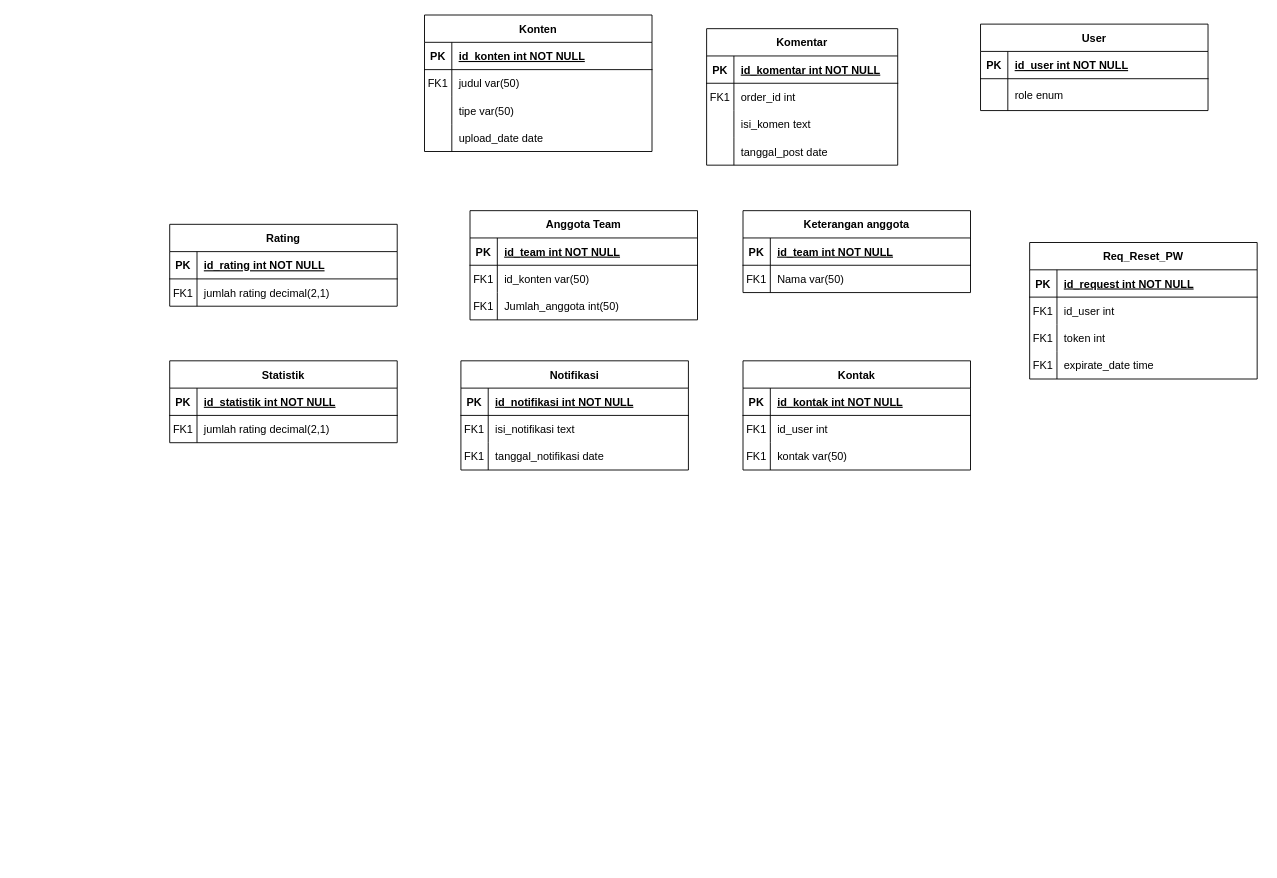
This is Untitled Diagram.drawio from Iknip26/PAD_portofolio_TA, a draw.io file, before an edit. Source tidied: cells renumbered, new cells numbered last; positions are measured from the earlier drawing's top-left corner, leaving out a move shared by most shapes. Both pictures are drawn from the tidied source at 91%, with x=0, y=0 at pixel (169, 15).
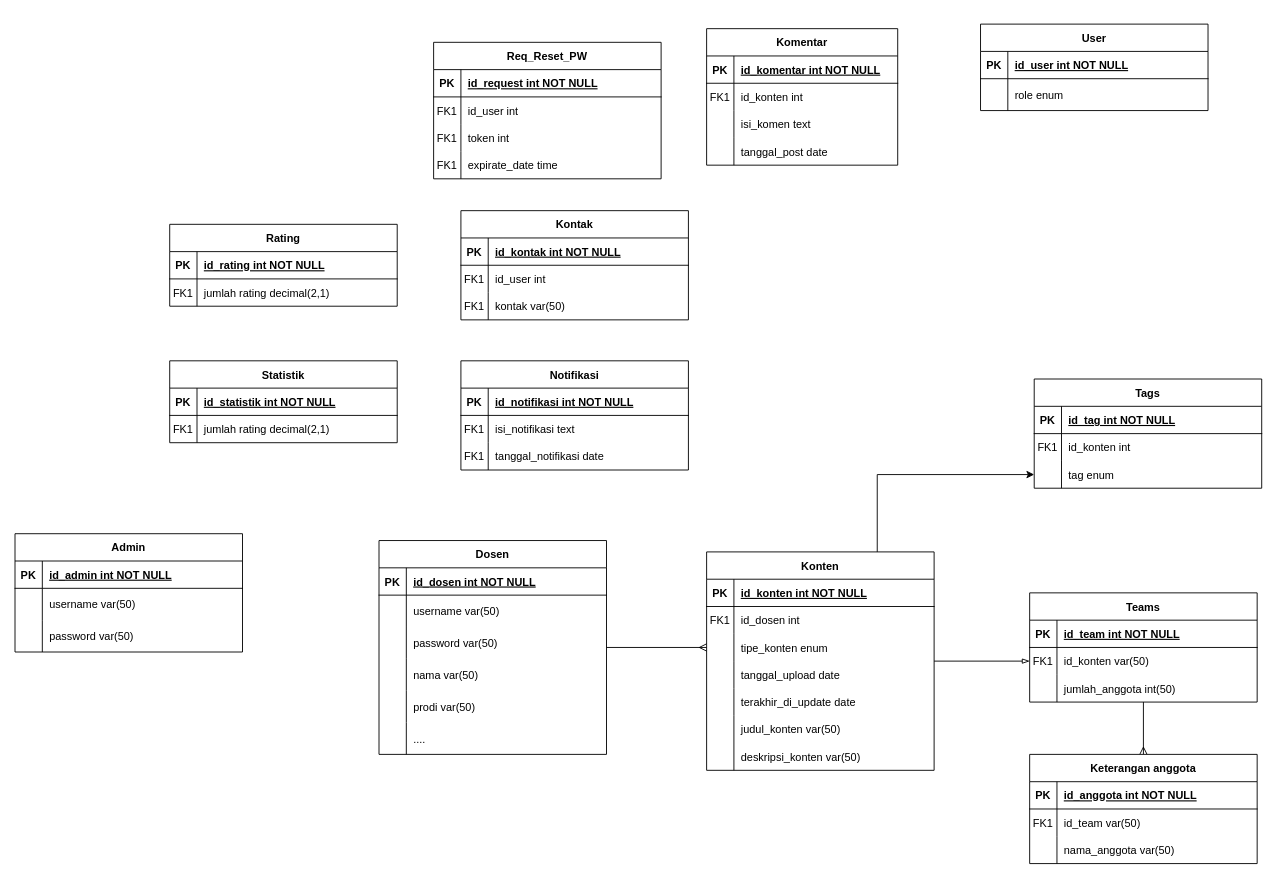
After the change.

The change refers to these unchanged cells:
```xml
<mxCell id="6" style="shape=partialRectangle;fillColor=none;top=0;left=0;right=0;bottom=0;" parent="2" vertex="1">
  <mxGeometry y="60" width="250" height="30" as="geometry" />
</mxCell>
<mxCell id="9" style="shape=partialRectangle;fillColor=none;points=[[0,0.5],[1,0.5]];portConstraint=eastwest;top=0;left=0;right=0;bottom=0;" parent="2" vertex="1">
  <mxGeometry y="90" width="250" height="30" as="geometry" />
</mxCell>
<mxCell id="12" style="shape=partialRectangle;fillColor=none;top=0;left=0;right=0;bottom=0;" parent="2" vertex="1">
  <mxGeometry y="120" width="250" height="30" as="geometry" />
</mxCell>
<mxCell id="19" style="shape=partialRectangle;fillColor=none;top=0;left=0;right=0;bottom=0;" parent="15" vertex="1">
  <mxGeometry y="60" width="210" height="30" as="geometry" />
</mxCell>
<mxCell id="46" style="shape=partialRectangle;fillColor=none;points=[[0,0.5],[1,0.5]];portConstraint=eastwest;top=0;left=0;right=0;bottom=0;" parent="42" vertex="1">
  <mxGeometry y="60" width="250" height="30" as="geometry" />
</mxCell>
<mxCell id="49" style="shape=partialRectangle;fillColor=none;top=0;left=0;right=0;bottom=0;" parent="42" vertex="1">
  <mxGeometry y="90" width="250" height="30" as="geometry" />
</mxCell>
<mxCell id="53" style="shape=partialRectangle;fillColor=none;top=0;left=0;right=0;bottom=1;" parent="52" vertex="1">
  <mxGeometry y="30" width="250" height="30" as="geometry" />
</mxCell>
<mxCell id="56" style="shape=partialRectangle;fillColor=none;top=0;left=0;right=0;bottom=0;" parent="52" vertex="1">
  <mxGeometry y="60" width="250" height="30" as="geometry" />
</mxCell>
```

Diff of the diagram source:
```diff
@@
+    <mxCell id="99" style="edgeStyle=orthogonalEdgeStyle;rounded=0;jettySize=auto;html=1;entryX=0;entryY=0.5;entryDx=0;entryDy=0;endArrow=blockThin;endFill=0;" parent="1" edge="1" source="2" target="46">
+      <mxGeometry relative="1" as="geometry" />
+    </mxCell>
+    <mxCell id="100" style="edgeStyle=orthogonalEdgeStyle;rounded=0;jettySize=auto;html=1;exitX=0.75;exitY=0;exitDx=0;exitDy=0;entryX=0;entryY=0.5;entryDx=0;entryDy=0;" parent="1" edge="1" source="2" target="151">
+      <mxGeometry relative="1" as="geometry" />
+    </mxCell>
     <mxCell id="2" value="Konten" style="shape=table;startSize=30;childLayout=tableLayout;rowLines=0;fontStyle=1;align=center;" parent="1" vertex="1">
-      <mxGeometry x="280" width="250" height="150" as="geometry" />
+      <mxGeometry x="590" y="590" width="250" height="240" as="geometry" />
     </mxCell>
@@
-    <mxCell id="8" value="judul var(50)" style="shape=partialRectangle;overflow=hidden;fillColor=none;top=0;left=0;bottom=0;right=0;align=left;spacingLeft=6;" parent="6" vertex="1">
+    <mxCell id="8" value="id_dosen int " style="shape=partialRectangle;overflow=hidden;fillColor=none;top=0;left=0;bottom=0;right=0;align=left;spacingLeft=6;" parent="6" vertex="1">
       <mxGeometry x="30" width="220" height="30" as="geometry" />
     </mxCell>
@@
-    <mxCell id="11" value="tipe var(50)" style="shape=partialRectangle;overflow=hidden;fillColor=none;top=0;left=0;bottom=0;right=0;align=left;spacingLeft=6;" parent="9" vertex="1">
+    <mxCell id="11" value="tipe_konten enum" style="shape=partialRectangle;overflow=hidden;fillColor=none;top=0;left=0;bottom=0;right=0;align=left;spacingLeft=6;" parent="9" vertex="1">
       <mxGeometry x="30" width="220" height="30" as="geometry" />
     </mxCell>
@@
-    <mxCell id="14" value="upload_date date" style="shape=partialRectangle;overflow=hidden;fillColor=none;top=0;left=0;bottom=0;right=0;align=left;spacingLeft=6;" parent="12" vertex="1">
+    <mxCell id="14" value="tanggal_upload date" style="shape=partialRectangle;overflow=hidden;fillColor=none;top=0;left=0;bottom=0;right=0;align=left;spacingLeft=6;" parent="12" vertex="1">
       <mxGeometry x="30" width="220" height="30" as="geometry" />
     </mxCell>
+    <mxCell id="101" style="shape=partialRectangle;fillColor=none;top=0;left=0;right=0;bottom=0;" parent="2" vertex="1">
+      <mxGeometry y="150" width="250" height="30" as="geometry" />
+    </mxCell>
+    <mxCell id="102" style="shape=partialRectangle;overflow=hidden;fillColor=none;top=0;left=0;bottom=0;right=0;" parent="101" vertex="1">
+      <mxGeometry width="30" height="30" as="geometry" />
+    </mxCell>
+    <mxCell id="103" value="terakhir_di_update date" style="shape=partialRectangle;overflow=hidden;fillColor=none;top=0;left=0;bottom=0;right=0;align=left;spacingLeft=6;" parent="101" vertex="1">
+      <mxGeometry x="30" width="220" height="30" as="geometry" />
+    </mxCell>
+    <mxCell id="104" style="shape=partialRectangle;fillColor=none;top=0;left=0;right=0;bottom=0;" parent="2" vertex="1">
+      <mxGeometry y="180" width="250" height="30" as="geometry" />
+    </mxCell>
+    <mxCell id="105" style="shape=partialRectangle;overflow=hidden;fillColor=none;top=0;left=0;bottom=0;right=0;" parent="104" vertex="1">
+      <mxGeometry width="30" height="30" as="geometry" />
+    </mxCell>
+    <mxCell id="106" value="judul_konten var(50)" style="shape=partialRectangle;overflow=hidden;fillColor=none;top=0;left=0;bottom=0;right=0;align=left;spacingLeft=6;" parent="104" vertex="1">
+      <mxGeometry x="30" width="220" height="30" as="geometry" />
+    </mxCell>
+    <mxCell id="107" style="shape=partialRectangle;fillColor=none;top=0;left=0;right=0;bottom=0;" parent="2" vertex="1">
+      <mxGeometry y="210" width="250" height="30" as="geometry" />
+    </mxCell>
+    <mxCell id="108" style="shape=partialRectangle;overflow=hidden;fillColor=none;top=0;left=0;bottom=0;right=0;" parent="107" vertex="1">
+      <mxGeometry width="30" height="30" as="geometry" />
+    </mxCell>
+    <mxCell id="109" value="deskripsi_konten var(50)" style="shape=partialRectangle;overflow=hidden;fillColor=none;top=0;left=0;bottom=0;right=0;align=left;spacingLeft=6;" parent="107" vertex="1">
+      <mxGeometry x="30" width="220" height="30" as="geometry" />
+    </mxCell>
@@
-    <mxCell id="21" value="order_id int" style="shape=partialRectangle;overflow=hidden;fillColor=none;top=0;left=0;bottom=0;right=0;align=left;spacingLeft=6;" parent="19" vertex="1">
+    <mxCell id="21" value="id_konten int" style="shape=partialRectangle;overflow=hidden;fillColor=none;top=0;left=0;bottom=0;right=0;align=left;spacingLeft=6;" parent="19" vertex="1">
       <mxGeometry x="30" width="180" height="30" as="geometry" />
     </mxCell>
@@
+    <mxCell id="110" style="edgeStyle=orthogonalEdgeStyle;rounded=0;jettySize=auto;html=1;entryX=0.5;entryY=0;entryDx=0;entryDy=0;endArrow=ERmany;endFill=0;" parent="1" edge="1" source="42" target="52">
+      <mxGeometry relative="1" as="geometry" />
+    </mxCell>
-    <mxCell id="42" value="Anggota Team" style="shape=table;startSize=30;childLayout=tableLayout;rowLines=0;fontStyle=1;align=center;" parent="1" vertex="1">
-      <mxGeometry x="330" y="215" width="250" height="120" as="geometry" />
+    <mxCell id="42" value="Teams" style="shape=table;startSize=30;childLayout=tableLayout;rowLines=0;fontStyle=1;align=center;" parent="1" vertex="1">
+      <mxGeometry x="945" y="635" width="250" height="120" as="geometry" />
     </mxCell>
@@
-    <mxCell id="50" value="FK1" style="shape=partialRectangle;overflow=hidden;fillColor=none;top=0;left=0;bottom=0;right=0;" parent="49" vertex="1">
+    <mxCell id="50" style="shape=partialRectangle;overflow=hidden;fillColor=none;top=0;left=0;bottom=0;right=0;" parent="49" vertex="1">
       <mxGeometry width="30" height="30" as="geometry" />
     </mxCell>
-    <mxCell id="51" value="Jumlah_anggota int(50)" style="shape=partialRectangle;overflow=hidden;fillColor=none;top=0;left=0;bottom=0;right=0;align=left;spacingLeft=6;" parent="49" vertex="1">
+    <mxCell id="51" value="jumlah_anggota int(50)" style="shape=partialRectangle;overflow=hidden;fillColor=none;top=0;left=0;bottom=0;right=0;align=left;spacingLeft=6;" parent="49" vertex="1">
       <mxGeometry x="30" width="220" height="30" as="geometry" />
     </mxCell>
     <mxCell id="52" value="Keterangan anggota" style="shape=table;startSize=30;childLayout=tableLayout;rowLines=0;fontStyle=1;align=center;" parent="1" vertex="1">
-      <mxGeometry x="630" y="215" width="250" height="90" as="geometry" />
+      <mxGeometry x="945" y="812.5" width="250" height="120" as="geometry" />
     </mxCell>
@@
-    <mxCell id="55" value="id_team int NOT NULL" style="shape=partialRectangle;overflow=hidden;fillColor=none;top=0;left=0;bottom=0;right=0;align=left;spacingLeft=6;fontStyle=5;" parent="53" vertex="1">
+    <mxCell id="55" value="id_anggota int NOT NULL" style="shape=partialRectangle;overflow=hidden;fillColor=none;top=0;left=0;bottom=0;right=0;align=left;spacingLeft=6;fontStyle=5;" parent="53" vertex="1">
       <mxGeometry x="30" width="220" height="30" as="geometry" />
     </mxCell>
@@
-    <mxCell id="58" value="Nama var(50)" style="shape=partialRectangle;overflow=hidden;fillColor=none;top=0;left=0;bottom=0;right=0;align=left;spacingLeft=6;" parent="56" vertex="1">
+    <mxCell id="58" value="id_team var(50)" style="shape=partialRectangle;overflow=hidden;fillColor=none;top=0;left=0;bottom=0;right=0;align=left;spacingLeft=6;" parent="56" vertex="1">
       <mxGeometry x="30" width="220" height="30" as="geometry" />
     </mxCell>
+    <mxCell id="111" style="shape=partialRectangle;fillColor=none;top=0;left=0;right=0;bottom=0;" parent="52" vertex="1">
+      <mxGeometry y="90" width="250" height="30" as="geometry" />
+    </mxCell>
+    <mxCell id="112" style="shape=partialRectangle;overflow=hidden;fillColor=none;top=0;left=0;bottom=0;right=0;" parent="111" vertex="1">
+      <mxGeometry width="30" height="30" as="geometry" />
+    </mxCell>
+    <mxCell id="113" value="nama_anggota var(50)" style="shape=partialRectangle;overflow=hidden;fillColor=none;top=0;left=0;bottom=0;right=0;align=left;spacingLeft=6;" parent="111" vertex="1">
+      <mxGeometry x="30" width="220" height="30" as="geometry" />
+    </mxCell>
@@
     <mxCell id="76" value="Kontak" style="shape=table;startSize=30;childLayout=tableLayout;rowLines=0;fontStyle=1;align=center;" parent="1" vertex="1">
-      <mxGeometry x="630" y="380" width="250" height="120" as="geometry" />
+      <mxGeometry x="320" y="215" width="250" height="120" as="geometry" />
     </mxCell>
@@
     <mxCell id="86" value="Req_Reset_PW" style="shape=table;startSize=30;childLayout=tableLayout;rowLines=0;fontStyle=1;align=center;" parent="1" vertex="1">
-      <mxGeometry x="945" y="250" width="250" height="150" as="geometry" />
+      <mxGeometry x="290" y="30" width="250" height="150" as="geometry" />
     </mxCell>
@@
+    <mxCell id="114" style="edgeStyle=orthogonalEdgeStyle;rounded=0;jettySize=auto;html=1;entryX=0;entryY=0.5;entryDx=0;entryDy=0;endArrow=ERmany;endFill=0;" parent="1" edge="1" source="115" target="9">
+      <mxGeometry relative="1" as="geometry" />
+    </mxCell>
+    <mxCell id="115" value="Dosen" style="shape=table;startSize=30;childLayout=tableLayout;rowLines=0;fontStyle=1;align=center;" parent="1" vertex="1">
+      <mxGeometry x="230" y="577.5" width="250" height="235" as="geometry" />
+    </mxCell>
+    <mxCell id="116" style="shape=partialRectangle;fillColor=none;top=0;left=0;right=0;bottom=1;" parent="115" vertex="1">
+      <mxGeometry y="30" width="250" height="30" as="geometry" />
+    </mxCell>
+    <mxCell id="117" value="PK" style="shape=partialRectangle;overflow=hidden;fillColor=none;top=0;left=0;bottom=0;right=0;fontStyle=1;" parent="116" vertex="1">
+      <mxGeometry width="30" height="30" as="geometry" />
+    </mxCell>
+    <mxCell id="118" value="id_dosen int NOT NULL " style="shape=partialRectangle;overflow=hidden;fillColor=none;top=0;left=0;bottom=0;right=0;align=left;spacingLeft=6;fontStyle=5;" parent="116" vertex="1">
+      <mxGeometry x="30" width="220" height="30" as="geometry" />
+    </mxCell>
+    <mxCell id="119" style="shape=partialRectangle;fillColor=none;top=0;left=0;right=0;bottom=0;" parent="115" vertex="1">
+      <mxGeometry y="60" width="250" height="35" as="geometry" />
+    </mxCell>
+    <mxCell id="120" style="shape=partialRectangle;overflow=hidden;fillColor=none;top=0;left=0;bottom=0;right=0;" parent="119" vertex="1">
+      <mxGeometry width="30" height="35" as="geometry" />
+    </mxCell>
+    <mxCell id="121" value="username var(50)" style="shape=partialRectangle;overflow=hidden;fillColor=none;top=0;left=0;bottom=0;right=0;align=left;spacingLeft=6;" parent="119" vertex="1">
+      <mxGeometry x="30" width="220" height="35" as="geometry" />
+    </mxCell>
+    <mxCell id="122" style="shape=partialRectangle;fillColor=none;top=0;left=0;right=0;bottom=0;" parent="115" vertex="1">
+      <mxGeometry y="95" width="250" height="35" as="geometry" />
+    </mxCell>
+    <mxCell id="123" style="shape=partialRectangle;overflow=hidden;fillColor=none;top=0;left=0;bottom=0;right=0;" parent="122" vertex="1">
+      <mxGeometry width="30" height="35" as="geometry" />
+    </mxCell>
+    <mxCell id="124" value="password var(50)" style="shape=partialRectangle;overflow=hidden;fillColor=none;top=0;left=0;bottom=0;right=0;align=left;spacingLeft=6;" parent="122" vertex="1">
+      <mxGeometry x="30" width="220" height="35" as="geometry" />
+    </mxCell>
+    <mxCell id="125" style="shape=partialRectangle;fillColor=none;top=0;left=0;right=0;bottom=0;" parent="115" vertex="1">
+      <mxGeometry y="130" width="250" height="35" as="geometry" />
+    </mxCell>
+    <mxCell id="126" style="shape=partialRectangle;overflow=hidden;fillColor=none;top=0;left=0;bottom=0;right=0;" parent="125" vertex="1">
+      <mxGeometry width="30" height="35" as="geometry" />
+    </mxCell>
+    <mxCell id="127" value="nama var(50)" style="shape=partialRectangle;overflow=hidden;fillColor=none;top=0;left=0;bottom=0;right=0;align=left;spacingLeft=6;" parent="125" vertex="1">
+      <mxGeometry x="30" width="220" height="35" as="geometry" />
+    </mxCell>
+    <mxCell id="128" style="shape=partialRectangle;fillColor=none;top=0;left=0;right=0;bottom=0;" parent="115" vertex="1">
+      <mxGeometry y="165" width="250" height="35" as="geometry" />
+    </mxCell>
+    <mxCell id="129" style="shape=partialRectangle;overflow=hidden;fillColor=none;top=0;left=0;bottom=0;right=0;" parent="128" vertex="1">
+      <mxGeometry width="30" height="35" as="geometry" />
+    </mxCell>
+    <mxCell id="130" value="prodi var(50)" style="shape=partialRectangle;overflow=hidden;fillColor=none;top=0;left=0;bottom=0;right=0;align=left;spacingLeft=6;" parent="128" vertex="1">
+      <mxGeometry x="30" width="220" height="35" as="geometry" />
+    </mxCell>
+    <mxCell id="131" style="shape=partialRectangle;fillColor=none;top=0;left=0;right=0;bottom=0;" parent="115" vertex="1">
+      <mxGeometry y="200" width="250" height="35" as="geometry" />
+    </mxCell>
+    <mxCell id="132" style="shape=partialRectangle;overflow=hidden;fillColor=none;top=0;left=0;bottom=0;right=0;" parent="131" vertex="1">
+      <mxGeometry width="30" height="35" as="geometry" />
+    </mxCell>
+    <mxCell id="133" value="...." style="shape=partialRectangle;overflow=hidden;fillColor=none;top=0;left=0;bottom=0;right=0;align=left;spacingLeft=6;" parent="131" vertex="1">
+      <mxGeometry x="30" width="220" height="35" as="geometry" />
+    </mxCell>
+    <mxCell id="134" value="Admin" style="shape=table;startSize=30;childLayout=tableLayout;rowLines=0;fontStyle=1;align=center;" parent="1" vertex="1">
+      <mxGeometry x="-170" y="570" width="250" height="130" as="geometry" />
+    </mxCell>
+    <mxCell id="135" style="shape=partialRectangle;fillColor=none;top=0;left=0;right=0;bottom=1;" parent="134" vertex="1">
+      <mxGeometry y="30" width="250" height="30" as="geometry" />
+    </mxCell>
+    <mxCell id="136" value="PK" style="shape=partialRectangle;overflow=hidden;fillColor=none;top=0;left=0;bottom=0;right=0;fontStyle=1;" parent="135" vertex="1">
+      <mxGeometry width="30" height="30" as="geometry" />
+    </mxCell>
+    <mxCell id="137" value="id_admin int NOT NULL " style="shape=partialRectangle;overflow=hidden;fillColor=none;top=0;left=0;bottom=0;right=0;align=left;spacingLeft=6;fontStyle=5;" parent="135" vertex="1">
+      <mxGeometry x="30" width="220" height="30" as="geometry" />
+    </mxCell>
+    <mxCell id="138" style="shape=partialRectangle;fillColor=none;top=0;left=0;right=0;bottom=0;" parent="134" vertex="1">
+      <mxGeometry y="60" width="250" height="35" as="geometry" />
+    </mxCell>
+    <mxCell id="139" style="shape=partialRectangle;overflow=hidden;fillColor=none;top=0;left=0;bottom=0;right=0;" parent="138" vertex="1">
+      <mxGeometry width="30" height="35" as="geometry" />
+    </mxCell>
+    <mxCell id="140" value="username var(50)" style="shape=partialRectangle;overflow=hidden;fillColor=none;top=0;left=0;bottom=0;right=0;align=left;spacingLeft=6;" parent="138" vertex="1">
+      <mxGeometry x="30" width="220" height="35" as="geometry" />
+    </mxCell>
+    <mxCell id="141" style="shape=partialRectangle;fillColor=none;top=0;left=0;right=0;bottom=0;" parent="134" vertex="1">
+      <mxGeometry y="95" width="250" height="35" as="geometry" />
+    </mxCell>
+    <mxCell id="142" style="shape=partialRectangle;overflow=hidden;fillColor=none;top=0;left=0;bottom=0;right=0;" parent="141" vertex="1">
+      <mxGeometry width="30" height="35" as="geometry" />
+    </mxCell>
+    <mxCell id="143" value="password var(50)" style="shape=partialRectangle;overflow=hidden;fillColor=none;top=0;left=0;bottom=0;right=0;align=left;spacingLeft=6;" parent="141" vertex="1">
+      <mxGeometry x="30" width="220" height="35" as="geometry" />
+    </mxCell>
+    <mxCell id="144" value="Tags" style="shape=table;startSize=30;childLayout=tableLayout;rowLines=0;fontStyle=1;align=center;" parent="1" vertex="1">
+      <mxGeometry x="950" y="400" width="250" height="120" as="geometry" />
+    </mxCell>
+    <mxCell id="145" style="shape=partialRectangle;fillColor=none;top=0;left=0;right=0;bottom=1;" parent="144" vertex="1">
+      <mxGeometry y="30" width="250" height="30" as="geometry" />
+    </mxCell>
+    <mxCell id="146" value="PK" style="shape=partialRectangle;overflow=hidden;fillColor=none;top=0;left=0;bottom=0;right=0;fontStyle=1;" parent="145" vertex="1">
+      <mxGeometry width="30" height="30" as="geometry" />
+    </mxCell>
+    <mxCell id="147" value="id_tag int NOT NULL " style="shape=partialRectangle;overflow=hidden;fillColor=none;top=0;left=0;bottom=0;right=0;align=left;spacingLeft=6;fontStyle=5;" parent="145" vertex="1">
+      <mxGeometry x="30" width="220" height="30" as="geometry" />
+    </mxCell>
+    <mxCell id="148" style="shape=partialRectangle;fillColor=none;top=0;left=0;right=0;bottom=0;" parent="144" vertex="1">
+      <mxGeometry y="60" width="250" height="30" as="geometry" />
+    </mxCell>
+    <mxCell id="149" value="FK1" style="shape=partialRectangle;overflow=hidden;fillColor=none;top=0;left=0;bottom=0;right=0;" parent="148" vertex="1">
+      <mxGeometry width="30" height="30" as="geometry" />
+    </mxCell>
+    <mxCell id="150" value="id_konten int" style="shape=partialRectangle;overflow=hidden;fillColor=none;top=0;left=0;bottom=0;right=0;align=left;spacingLeft=6;" parent="148" vertex="1">
+      <mxGeometry x="30" width="220" height="30" as="geometry" />
+    </mxCell>
+    <mxCell id="151" style="shape=partialRectangle;fillColor=none;points=[[0,0.5],[1,0.5]];portConstraint=eastwest;top=0;left=0;right=0;bottom=0;" parent="144" vertex="1">
+      <mxGeometry y="90" width="250" height="30" as="geometry" />
+    </mxCell>
+    <mxCell id="152" style="shape=partialRectangle;overflow=hidden;fillColor=none;top=0;left=0;bottom=0;right=0;" parent="151" vertex="1">
+      <mxGeometry width="30" height="30" as="geometry" />
+    </mxCell>
+    <mxCell id="153" value="tag enum" style="shape=partialRectangle;overflow=hidden;fillColor=none;top=0;left=0;bottom=0;right=0;align=left;spacingLeft=6;" parent="151" vertex="1">
+      <mxGeometry x="30" width="220" height="30" as="geometry" />
+    </mxCell>
```
